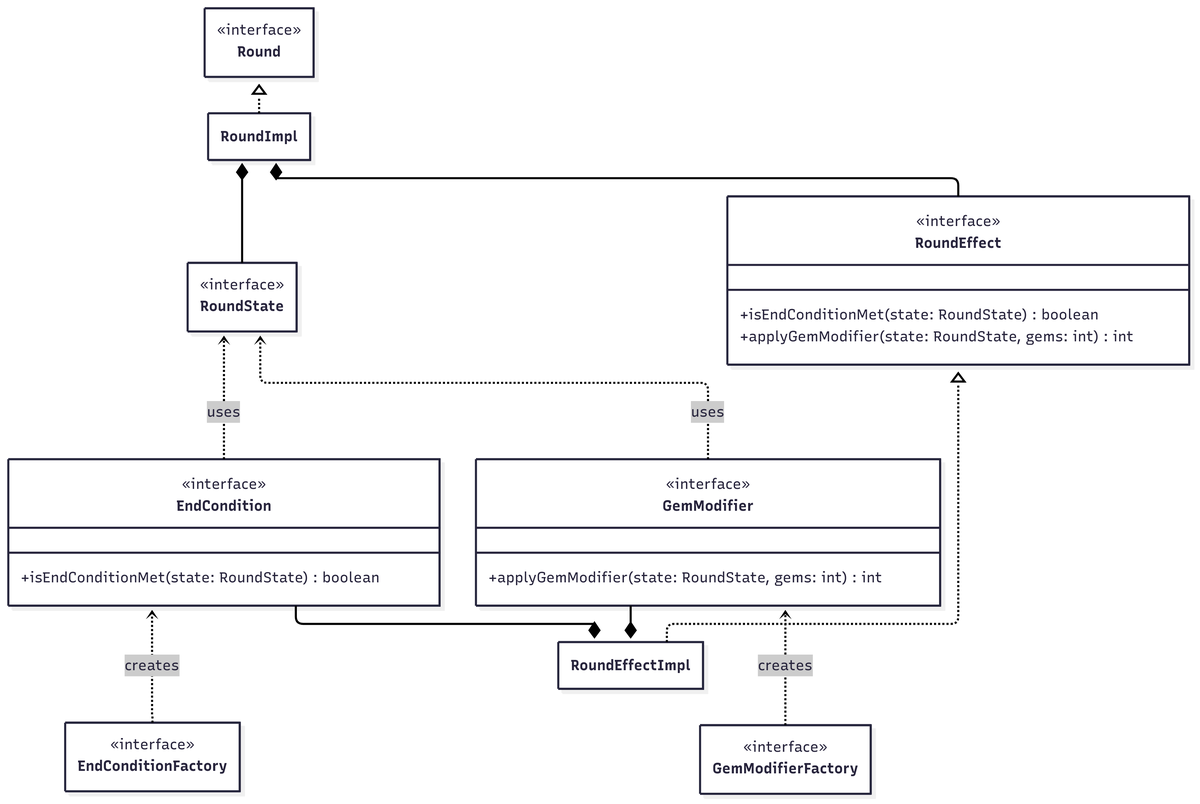
Before: img/effects.png, a diagram exported from Mermaid (Wanes01/OOP24-jvmt-REPORT). Its source is kept beside it as code/Other/uml/emir/effects.mermaid. Its diagram source:
```mermaid
---
config:
  layout: elk
  class:
    hideEmptyMembersBox: true
---
classDiagram
direction BT
    class Round {
    }
    class RoundState {
    }
    class RoundEffect {
	    +isEndConditionMet(state: RoundState) boolean
	    +applyGemModifier(state: RoundState, gems: int) int
    }
    class GemModifierFactory {
    }
    class EndConditionFactory {
    }
    class RoundEffectImpl {
    }
    class RoundImpl {
    }
    class EndCondition {
	    +isEndConditionMet(state: RoundState) boolean
    }
    class GemModifier {
	    +applyGemModifier(state: RoundState, gems: int) int
    }

	<<interface>> Round
	<<interface>> RoundState
	<<interface>> RoundEffect
	<<interface>> GemModifierFactory
	<<interface>> EndConditionFactory
	<<interface>> EndCondition
	<<interface>> GemModifier

    GemModifier ..> RoundState : uses
    EndCondition ..> RoundState : uses
    GemModifierFactory ..> GemModifier : creates
    RoundEffectImpl ..|> RoundEffect
    RoundEffectImpl *-- EndCondition
    RoundEffectImpl *-- GemModifier
    RoundImpl ..|> Round
    RoundState --* RoundImpl
    RoundEffect --* RoundImpl
    EndConditionFactory ..> EndCondition : creates
```
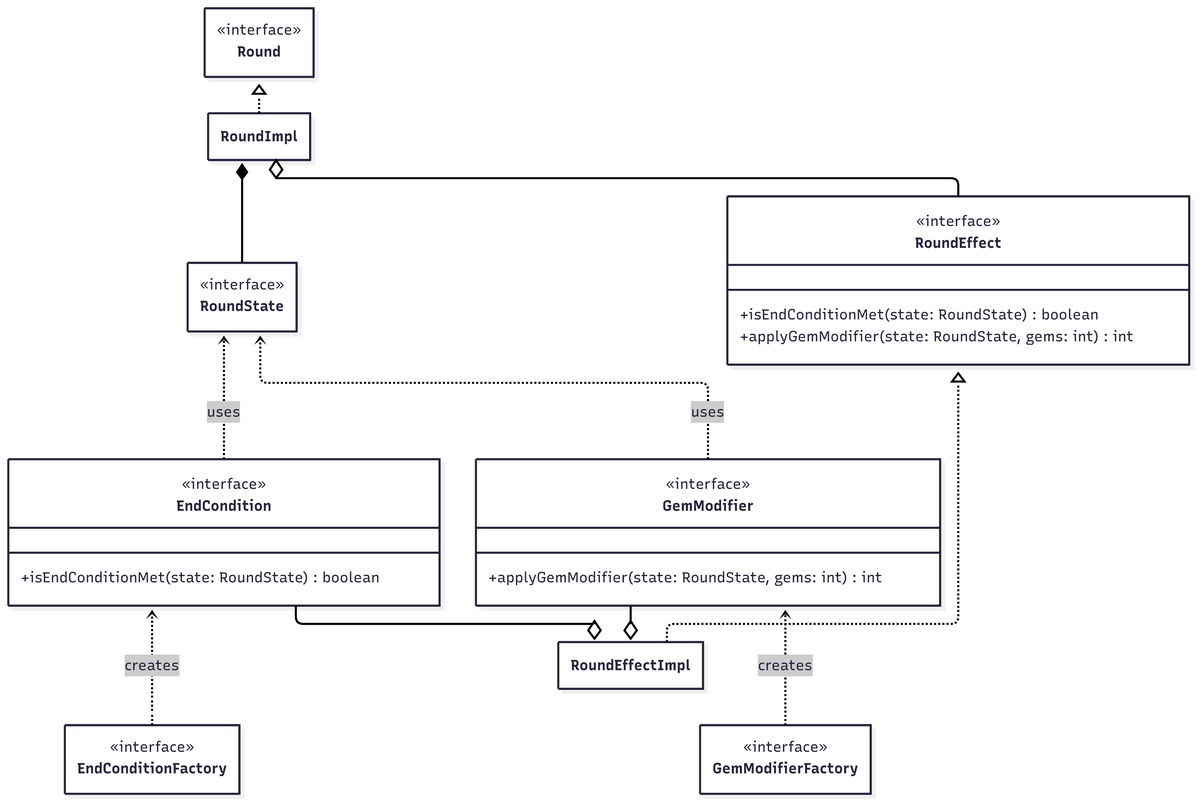
The same file after the commit.

The edit, as a diff of the source:
```diff
@@ -41,9 +41,9 @@
     EndCondition ..> RoundState : uses
     GemModifierFactory ..> GemModifier : creates
     RoundEffectImpl ..|> RoundEffect
-    RoundEffectImpl *-- EndCondition
-    RoundEffectImpl *-- GemModifier
+    RoundEffectImpl o-- EndCondition
+    RoundEffectImpl o-- GemModifier
     RoundImpl ..|> Round
     RoundState --* RoundImpl
-    RoundEffect --* RoundImpl
+    RoundEffect --o RoundImpl
     EndConditionFactory ..> EndCondition : creates
```
